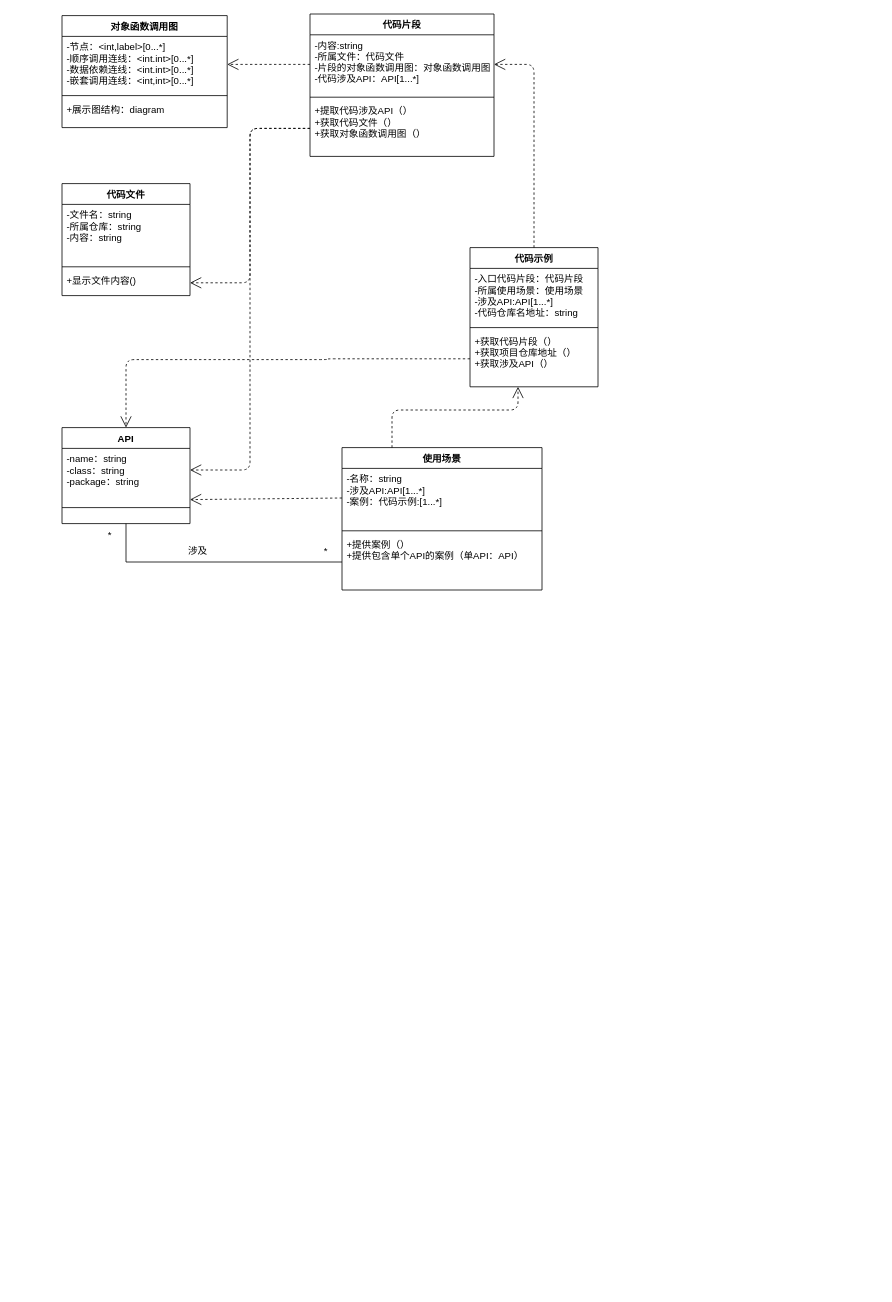
The draw.io diagram page "Page-1" (1 of 2) of class.drawio in quackson/Class_pic, before the edit. Source tidied: cells renumbered, new cells numbered last; positions are measured from the earlier drawing's top-left corner, leaving out a move shared by most shapes. Both pictures are drawn from the tidied source at 80%, with x=0, y=0 at pixel (62, 14).
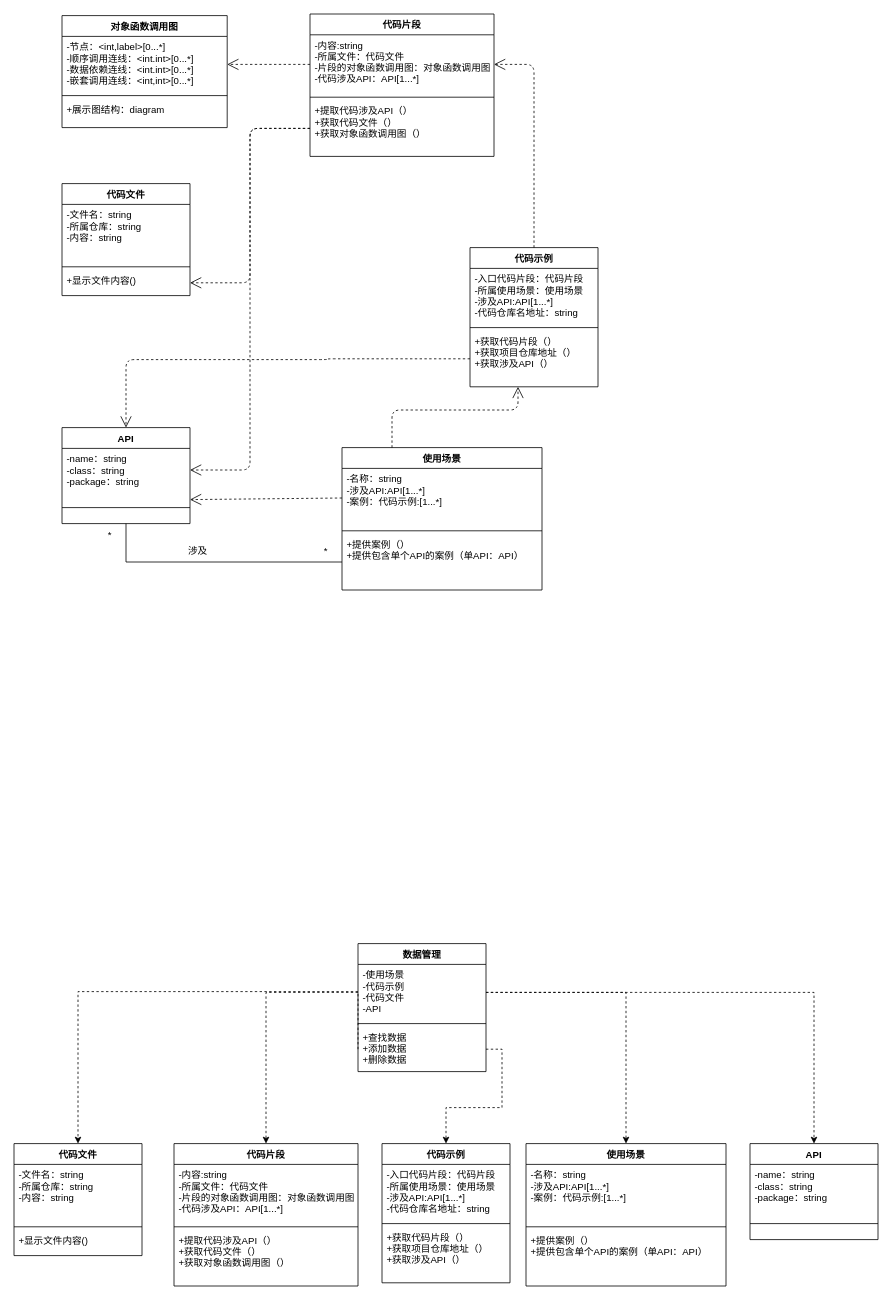
After the change.

The edit, as a diff of the source:
```diff
@@
+    <mxCell id="36" value="数据管理" style="swimlane;fontStyle=1;align=center;verticalAlign=top;horizontal=1;startSize=26;" parent="1" vertex="1">
+      <mxGeometry x="370" y="1162" width="160" height="160" as="geometry" />
+    </mxCell>
+    <mxCell id="37" value="-使用场景&#10;-代码示例&#10;-代码文件&#10;-API" style="text;strokeColor=none;fillColor=none;align=left;verticalAlign=top;spacingLeft=4;spacingRight=4;overflow=hidden;points=[[0,0.5],[1,0.5]];portConstraint=eastwest;" parent="36" vertex="1">
+      <mxGeometry y="26" width="160" height="70" as="geometry" />
+    </mxCell>
+    <mxCell id="38" style="line;strokeWidth=1;fillColor=none;align=left;verticalAlign=middle;spacingTop=-1;spacingLeft=3;spacingRight=3;labelPosition=right;" parent="36" vertex="1">
+      <mxGeometry y="96" width="160" height="8" as="geometry" />
+    </mxCell>
+    <mxCell id="39" value="+查找数据&#10;+添加数据&#10;+删除数据&#10;" style="text;strokeColor=none;fillColor=none;align=left;verticalAlign=top;spacingLeft=4;spacingRight=4;overflow=hidden;points=[[0,0.5],[1,0.5]];portConstraint=eastwest;" parent="36" vertex="1">
+      <mxGeometry y="104" width="160" height="56" as="geometry" />
+    </mxCell>
+    <mxCell id="40" value="代码文件" style="swimlane;fontStyle=1;align=center;verticalAlign=top;horizontal=1;startSize=26;" parent="1" vertex="1">
+      <mxGeometry x="-60" y="1412" width="160" height="140" as="geometry" />
+    </mxCell>
+    <mxCell id="41" value="-文件名：string&#10;-所属仓库：string&#10;-内容：string" style="text;strokeColor=none;fillColor=none;align=left;verticalAlign=top;spacingLeft=4;spacingRight=4;overflow=hidden;" parent="40" vertex="1">
+      <mxGeometry y="26" width="160" height="74" as="geometry" />
+    </mxCell>
+    <mxCell id="42" style="line;strokeWidth=1;fillColor=none;align=left;verticalAlign=middle;spacingTop=-1;spacingLeft=3;spacingRight=3;labelPosition=right;" parent="40" vertex="1">
+      <mxGeometry y="100" width="160" height="8" as="geometry" />
+    </mxCell>
+    <mxCell id="43" value="+显示文件内容()&#10;" style="text;strokeColor=none;fillColor=none;align=left;verticalAlign=top;spacingLeft=4;spacingRight=4;overflow=hidden;" parent="40" vertex="1">
+      <mxGeometry y="108" width="160" height="32" as="geometry" />
+    </mxCell>
+    <mxCell id="44" value="代码片段" style="swimlane;fontStyle=1;align=center;verticalAlign=top;horizontal=1;startSize=26;" parent="1" vertex="1">
+      <mxGeometry x="140" y="1412" width="230" height="178" as="geometry" />
+    </mxCell>
+    <mxCell id="45" value="-内容:string&#10;-所属文件：代码文件&#10;-片段的对象函数调用图：对象函数调用图&#10;-代码涉及API：API[1...*]" style="text;strokeColor=none;fillColor=none;align=left;verticalAlign=top;spacingLeft=4;spacingRight=4;overflow=hidden;" parent="44" vertex="1">
+      <mxGeometry y="26" width="230" height="74" as="geometry" />
+    </mxCell>
+    <mxCell id="46" style="line;strokeWidth=1;fillColor=none;align=left;verticalAlign=middle;spacingTop=-1;spacingLeft=3;spacingRight=3;labelPosition=right;" parent="44" vertex="1">
+      <mxGeometry y="100" width="230" height="8" as="geometry" />
+    </mxCell>
+    <mxCell id="47" value="+提取代码涉及API（）&#10;+获取代码文件（）&#10;+获取对象函数调用图（）" style="text;strokeColor=none;fillColor=none;align=left;verticalAlign=top;spacingLeft=4;spacingRight=4;overflow=hidden;" parent="44" vertex="1">
+      <mxGeometry y="108" width="230" height="70" as="geometry" />
+    </mxCell>
+    <mxCell id="48" value="代码示例" style="swimlane;fontStyle=1;align=center;verticalAlign=top;horizontal=1;startSize=26;" parent="1" vertex="1">
+      <mxGeometry x="400" y="1412" width="160" height="174" as="geometry" />
+    </mxCell>
+    <mxCell id="49" value="-入口代码片段：代码片段&#10;-所属使用场景：使用场景&#10;-涉及API:API[1...*]&#10;-代码仓库名地址：string" style="text;strokeColor=none;fillColor=none;align=left;verticalAlign=top;spacingLeft=4;spacingRight=4;overflow=hidden;" parent="48" vertex="1">
+      <mxGeometry y="26" width="160" height="70" as="geometry" />
+    </mxCell>
+    <mxCell id="50" style="line;strokeWidth=1;fillColor=none;align=left;verticalAlign=middle;spacingTop=-1;spacingLeft=3;spacingRight=3;labelPosition=right;" parent="48" vertex="1">
+      <mxGeometry y="96" width="160" height="8" as="geometry" />
+    </mxCell>
+    <mxCell id="51" value="+获取代码片段（）&#10;+获取项目仓库地址（）&#10;+获取涉及API（）" style="text;strokeColor=none;fillColor=none;align=left;verticalAlign=top;spacingLeft=4;spacingRight=4;overflow=hidden;" parent="48" vertex="1">
+      <mxGeometry y="104" width="160" height="70" as="geometry" />
+    </mxCell>
+    <mxCell id="52" value="使用场景" style="swimlane;fontStyle=1;align=center;verticalAlign=top;horizontal=1;startSize=26;" parent="1" vertex="1">
+      <mxGeometry x="580" y="1412" width="250" height="178" as="geometry" />
+    </mxCell>
+    <mxCell id="53" value="-名称：string&#10;-涉及API:API[1...*]&#10;-案例：代码示例:[1...*]" style="text;strokeColor=none;fillColor=none;align=left;verticalAlign=top;spacingLeft=4;spacingRight=4;overflow=hidden;" parent="52" vertex="1">
+      <mxGeometry y="26" width="250" height="74" as="geometry" />
+    </mxCell>
+    <mxCell id="54" style="line;strokeWidth=1;fillColor=none;align=left;verticalAlign=middle;spacingTop=-1;spacingLeft=3;spacingRight=3;labelPosition=right;" parent="52" vertex="1">
+      <mxGeometry y="100" width="250" height="8" as="geometry" />
+    </mxCell>
+    <mxCell id="55" value="+提供案例（）&#10;+提供包含单个API的案例（单API：API）" style="text;strokeColor=none;fillColor=none;align=left;verticalAlign=top;spacingLeft=4;spacingRight=4;overflow=hidden;" parent="52" vertex="1">
+      <mxGeometry y="108" width="250" height="70" as="geometry" />
+    </mxCell>
+    <mxCell id="56" value="API" style="swimlane;fontStyle=1;align=center;verticalAlign=top;horizontal=1;startSize=26;" parent="1" vertex="1">
+      <mxGeometry x="860" y="1412" width="160" height="120" as="geometry" />
+    </mxCell>
+    <mxCell id="57" value="-name：string&#10;-class：string&#10;-package：string" style="text;strokeColor=none;fillColor=none;align=left;verticalAlign=top;spacingLeft=4;spacingRight=4;overflow=hidden;" parent="56" vertex="1">
+      <mxGeometry y="26" width="160" height="54" as="geometry" />
+    </mxCell>
+    <mxCell id="58" style="line;strokeWidth=1;fillColor=none;align=left;verticalAlign=middle;spacingTop=-1;spacingLeft=3;spacingRight=3;labelPosition=right;" parent="56" vertex="1">
+      <mxGeometry y="80" width="160" height="40" as="geometry" />
+    </mxCell>
+    <mxCell id="59" style="edgeStyle=orthogonalEdgeStyle;rounded=0;jettySize=auto;html=1;exitX=0;exitY=0.5;exitDx=0;exitDy=0;dashed=1;" parent="1" edge="1" source="39" target="40">
+      <mxGeometry relative="1" as="geometry">
+        <Array as="points">
+          <mxPoint x="370" y="1222" />
+          <mxPoint x="20" y="1222" />
+        </Array>
+      </mxGeometry>
+    </mxCell>
+    <mxCell id="60" style="edgeStyle=orthogonalEdgeStyle;rounded=0;jettySize=auto;html=1;exitX=0;exitY=0.5;exitDx=0;exitDy=0;entryX=0.5;entryY=0;entryDx=0;entryDy=0;dashed=1;" parent="1" edge="1" source="37" target="44">
+      <mxGeometry relative="1" as="geometry" />
+    </mxCell>
+    <mxCell id="61" style="edgeStyle=orthogonalEdgeStyle;rounded=0;jettySize=auto;html=1;entryX=0.5;entryY=0;entryDx=0;entryDy=0;exitX=1;exitY=0.5;exitDx=0;exitDy=0;dashed=1;" parent="1" edge="1" source="37" target="56">
+      <mxGeometry relative="1" as="geometry" />
+    </mxCell>
+    <mxCell id="62" style="edgeStyle=orthogonalEdgeStyle;rounded=0;jettySize=auto;html=1;exitX=1;exitY=0.5;exitDx=0;exitDy=0;entryX=0.5;entryY=0;entryDx=0;entryDy=0;dashed=1;" parent="1" edge="1" source="37" target="52">
+      <mxGeometry relative="1" as="geometry" />
+    </mxCell>
+    <mxCell id="63" style="edgeStyle=orthogonalEdgeStyle;rounded=0;jettySize=auto;html=1;exitX=1;exitY=0.5;exitDx=0;exitDy=0;entryX=0.5;entryY=0;entryDx=0;entryDy=0;dashed=1;" parent="1" edge="1" source="39" target="48">
+      <mxGeometry relative="1" as="geometry" />
+    </mxCell>
```
